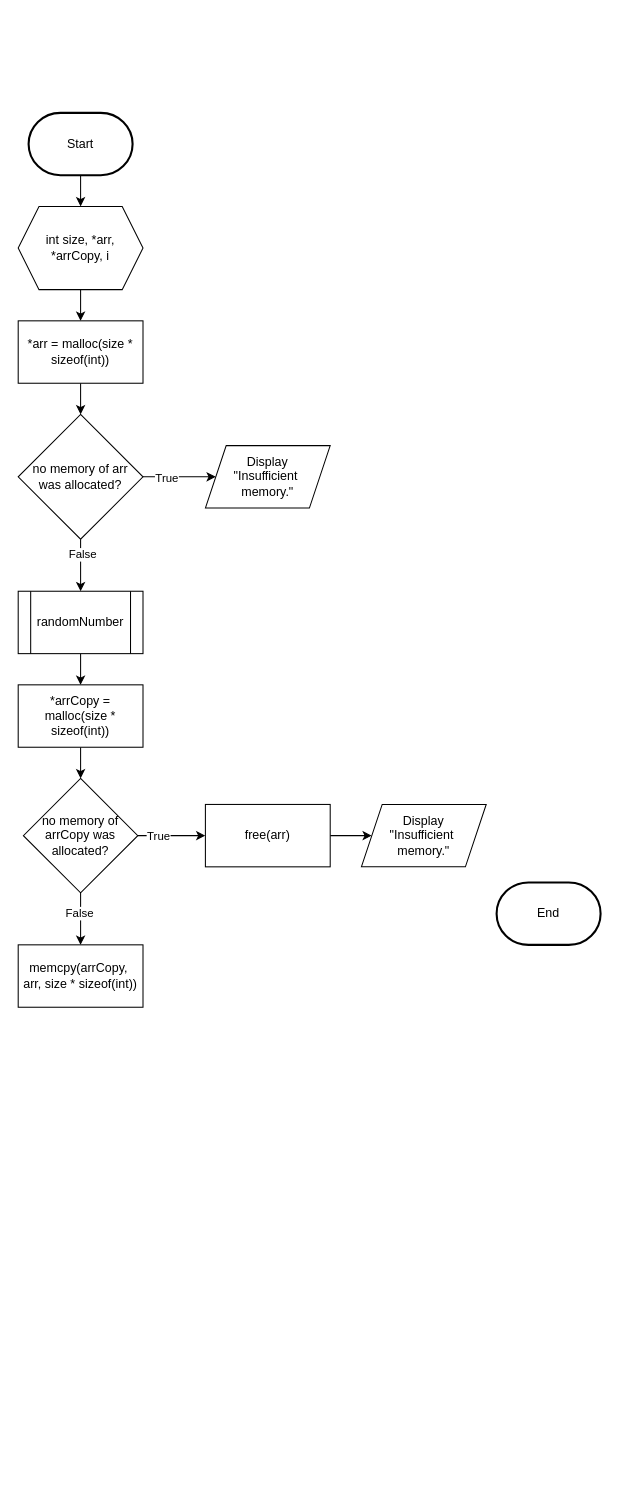
This is page "timeSort" (8 of 9) of Flowchart Modul 3.drawio from elikawicaksana/BuildIT_BasisData, a draw.io file, before an edit. Source tidied: cells renumbered, new cells numbered last; positions are measured from the earlier drawing's top-left corner, leaving out a move shared by most shapes. Both pictures are drawn from the tidied source at 104%, with x=0, y=0 at pixel (18, 112).
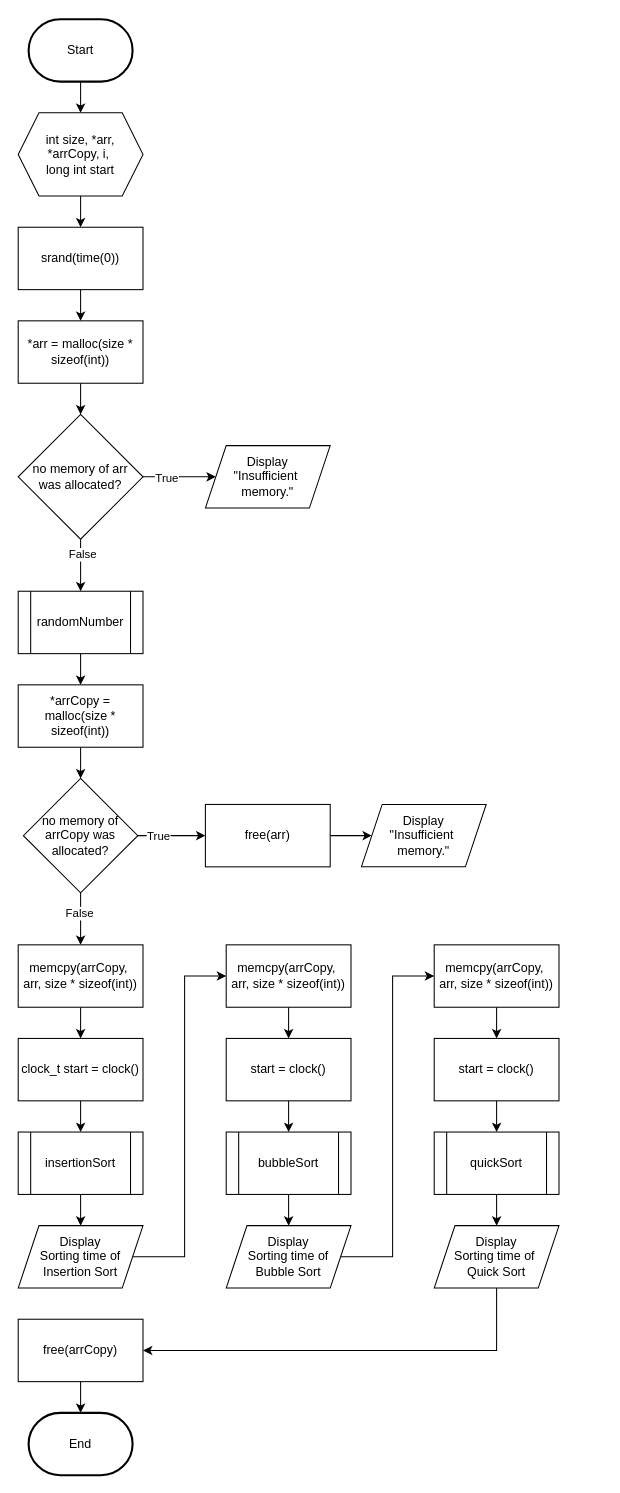
After the change.

The change refers to these unchanged cells:
```xml
<mxCell id="8" value="*arr = malloc(size * sizeof(int))" style="rounded=0;whiteSpace=wrap;html=1;" parent="1" vertex="1">
  <mxGeometry y="200" width="120" height="60" as="geometry" />
</mxCell>
<mxCell id="27" value="memcpy(arrCopy,&amp;nbsp;&lt;div&gt;arr, size * sizeof(int))&lt;/div&gt;" style="rounded=0;whiteSpace=wrap;html=1;" parent="1" vertex="1">
  <mxGeometry y="800" width="120" height="60" as="geometry" />
</mxCell>
```

Change to the diagram source:
```diff
@@
     <mxCell id="3" value="Start" style="strokeWidth=2;html=1;shape=mxgraph.flowchart.terminator;whiteSpace=wrap;" parent="1" vertex="1">
-      <mxGeometry x="10" width="100" height="60" as="geometry" />
+      <mxGeometry x="10" y="-90" width="100" height="60" as="geometry" />
     </mxCell>
     <mxCell id="4" value="End" style="strokeWidth=2;html=1;shape=mxgraph.flowchart.terminator;whiteSpace=wrap;" parent="1" vertex="1">
-      <mxGeometry x="460" y="740" width="100" height="60" as="geometry" />
+      <mxGeometry x="10" y="1250" width="100" height="60" as="geometry" />
     </mxCell>
-    <mxCell id="5" style="edgeStyle=orthogonalEdgeStyle;rounded=0;jettySize=auto;html=1;entryX=0.5;entryY=0;entryDx=0;entryDy=0;" parent="1" edge="1" source="6" target="8">
-      <mxGeometry relative="1" as="geometry" />
-    </mxCell>
+    <mxCell id="28" style="edgeStyle=orthogonalEdgeStyle;rounded=0;jettySize=auto;html=1;entryX=0.5;entryY=0;entryDx=0;entryDy=0;" parent="1" edge="1" source="6" target="31">
+      <mxGeometry relative="1" as="geometry" />
+    </mxCell>
-    <mxCell id="6" value="int size, *arr, *arrCopy, i" style="shape=hexagon;perimeter=hexagonPerimeter2;whiteSpace=wrap;html=1;fixedSize=1;" parent="1" vertex="1">
-      <mxGeometry y="90" width="120" height="80" as="geometry" />
+    <mxCell id="6" value="int size, *arr, *arrCopy, i,&amp;nbsp;&lt;div&gt;long int start&lt;/div&gt;" style="shape=hexagon;perimeter=hexagonPerimeter2;whiteSpace=wrap;html=1;fixedSize=1;" parent="1" vertex="1">
+      <mxGeometry width="120" height="80" as="geometry" />
     </mxCell>
@@
+    <mxCell id="29" style="edgeStyle=orthogonalEdgeStyle;rounded=0;jettySize=auto;html=1;entryX=0.5;entryY=0;entryDx=0;entryDy=0;" parent="1" edge="1" source="27" target="33">
+      <mxGeometry relative="1" as="geometry" />
+    </mxCell>
@@
+    <mxCell id="30" style="edgeStyle=orthogonalEdgeStyle;rounded=0;jettySize=auto;html=1;entryX=0.5;entryY=0;entryDx=0;entryDy=0;" parent="1" edge="1" source="31" target="8">
+      <mxGeometry relative="1" as="geometry" />
+    </mxCell>
+    <mxCell id="31" value="srand(time(0))" style="rounded=0;whiteSpace=wrap;html=1;" parent="1" vertex="1">
+      <mxGeometry y="110" width="120" height="60" as="geometry" />
+    </mxCell>
+    <mxCell id="32" style="edgeStyle=orthogonalEdgeStyle;rounded=0;jettySize=auto;html=1;entryX=0.5;entryY=0;entryDx=0;entryDy=0;" parent="1" edge="1" source="33" target="53">
+      <mxGeometry relative="1" as="geometry" />
+    </mxCell>
+    <mxCell id="33" value="clock_t&amp;nbsp;start = clock()" style="rounded=0;whiteSpace=wrap;html=1;" parent="1" vertex="1">
+      <mxGeometry y="890" width="120" height="60" as="geometry" />
+    </mxCell>
+    <mxCell id="34" style="edgeStyle=orthogonalEdgeStyle;rounded=0;jettySize=auto;html=1;entryX=0.5;entryY=0;entryDx=0;entryDy=0;exitX=0.5;exitY=1;exitDx=0;exitDy=0;" parent="1" edge="1" source="53" target="36">
+      <mxGeometry relative="1" as="geometry" />
+    </mxCell>
+    <mxCell id="35" style="edgeStyle=orthogonalEdgeStyle;rounded=0;jettySize=auto;html=1;entryX=0;entryY=0.5;entryDx=0;entryDy=0;" parent="1" edge="1" source="36" target="38">
+      <mxGeometry relative="1" as="geometry" />
+    </mxCell>
+    <mxCell id="36" value="Display&lt;div&gt;Sorting time of Insertion Sort&lt;/div&gt;" style="shape=parallelogram;perimeter=parallelogramPerimeter;whiteSpace=wrap;html=1;fixedSize=1;" parent="1" vertex="1">
+      <mxGeometry y="1070" width="120" height="60" as="geometry" />
+    </mxCell>
+    <mxCell id="37" style="edgeStyle=orthogonalEdgeStyle;rounded=0;jettySize=auto;html=1;entryX=0.5;entryY=0;entryDx=0;entryDy=0;" parent="1" edge="1" source="38" target="40">
+      <mxGeometry relative="1" as="geometry" />
+    </mxCell>
+    <mxCell id="38" value="memcpy(arrCopy,&amp;nbsp;&lt;div&gt;arr, size * sizeof(int))&lt;/div&gt;" style="rounded=0;whiteSpace=wrap;html=1;" parent="1" vertex="1">
+      <mxGeometry x="200" y="800" width="120" height="60" as="geometry" />
+    </mxCell>
+    <mxCell id="39" style="edgeStyle=orthogonalEdgeStyle;rounded=0;jettySize=auto;html=1;entryX=0.5;entryY=0;entryDx=0;entryDy=0;" parent="1" edge="1" source="40" target="54">
+      <mxGeometry relative="1" as="geometry" />
+    </mxCell>
+    <mxCell id="40" value="start = clock()" style="rounded=0;whiteSpace=wrap;html=1;" parent="1" vertex="1">
+      <mxGeometry x="200" y="890" width="120" height="60" as="geometry" />
+    </mxCell>
+    <mxCell id="41" style="edgeStyle=orthogonalEdgeStyle;rounded=0;jettySize=auto;html=1;entryX=0.5;entryY=0;entryDx=0;entryDy=0;exitX=0.5;exitY=1;exitDx=0;exitDy=0;" parent="1" edge="1" source="54" target="43">
+      <mxGeometry relative="1" as="geometry" />
+    </mxCell>
+    <mxCell id="42" style="edgeStyle=orthogonalEdgeStyle;rounded=0;jettySize=auto;html=1;entryX=0;entryY=0.5;entryDx=0;entryDy=0;" parent="1" edge="1" source="43" target="45">
+      <mxGeometry relative="1" as="geometry" />
+    </mxCell>
+    <mxCell id="43" value="Display&lt;div&gt;Sorting time of Bubble Sort&lt;/div&gt;" style="shape=parallelogram;perimeter=parallelogramPerimeter;whiteSpace=wrap;html=1;fixedSize=1;" parent="1" vertex="1">
+      <mxGeometry x="200" y="1070" width="120" height="60" as="geometry" />
+    </mxCell>
+    <mxCell id="44" style="edgeStyle=orthogonalEdgeStyle;rounded=0;jettySize=auto;html=1;entryX=0.5;entryY=0;entryDx=0;entryDy=0;" parent="1" edge="1" source="45" target="47">
+      <mxGeometry relative="1" as="geometry" />
+    </mxCell>
+    <mxCell id="45" value="memcpy(arrCopy,&amp;nbsp;&lt;div&gt;arr, size * sizeof(int))&lt;/div&gt;" style="rounded=0;whiteSpace=wrap;html=1;" parent="1" vertex="1">
+      <mxGeometry x="400" y="800" width="120" height="60" as="geometry" />
+    </mxCell>
+    <mxCell id="46" style="edgeStyle=orthogonalEdgeStyle;rounded=0;jettySize=auto;html=1;entryX=0.5;entryY=0;entryDx=0;entryDy=0;" parent="1" edge="1" source="47" target="55">
+      <mxGeometry relative="1" as="geometry" />
+    </mxCell>
+    <mxCell id="47" value="start = clock()" style="rounded=0;whiteSpace=wrap;html=1;" parent="1" vertex="1">
+      <mxGeometry x="400" y="890" width="120" height="60" as="geometry" />
+    </mxCell>
+    <mxCell id="48" style="edgeStyle=orthogonalEdgeStyle;rounded=0;jettySize=auto;html=1;entryX=0.5;entryY=0;entryDx=0;entryDy=0;exitX=0.5;exitY=1;exitDx=0;exitDy=0;" parent="1" edge="1" source="55" target="50">
+      <mxGeometry relative="1" as="geometry" />
+    </mxCell>
+    <mxCell id="49" style="edgeStyle=orthogonalEdgeStyle;rounded=0;jettySize=auto;html=1;entryX=1;entryY=0.5;entryDx=0;entryDy=0;" parent="1" edge="1" source="50" target="51">
+      <mxGeometry relative="1" as="geometry">
+        <Array as="points">
+          <mxPoint x="460" y="1190" />
+        </Array>
+      </mxGeometry>
+    </mxCell>
+    <mxCell id="50" value="Display&lt;div&gt;Sorting time of&amp;nbsp;&lt;/div&gt;&lt;div&gt;Quick Sort&lt;/div&gt;" style="shape=parallelogram;perimeter=parallelogramPerimeter;whiteSpace=wrap;html=1;fixedSize=1;" parent="1" vertex="1">
+      <mxGeometry x="400" y="1070" width="120" height="60" as="geometry" />
+    </mxCell>
+    <mxCell id="51" value="free(arrCopy)" style="rounded=0;whiteSpace=wrap;html=1;" parent="1" vertex="1">
+      <mxGeometry y="1160" width="120" height="60" as="geometry" />
+    </mxCell>
+    <mxCell id="52" style="edgeStyle=orthogonalEdgeStyle;rounded=0;jettySize=auto;html=1;entryX=0.5;entryY=0;entryDx=0;entryDy=0;entryPerimeter=0;" parent="1" edge="1" source="51" target="4">
+      <mxGeometry relative="1" as="geometry" />
+    </mxCell>
+    <mxCell id="53" value="insertionSort" style="shape=process;whiteSpace=wrap;html=1;backgroundOutline=1;" parent="1" vertex="1">
+      <mxGeometry y="980" width="120" height="60" as="geometry" />
+    </mxCell>
+    <mxCell id="54" value="bubbleSort" style="shape=process;whiteSpace=wrap;html=1;backgroundOutline=1;" parent="1" vertex="1">
+      <mxGeometry x="200" y="980" width="120" height="60" as="geometry" />
+    </mxCell>
+    <mxCell id="55" value="quickSort" style="shape=process;whiteSpace=wrap;html=1;backgroundOutline=1;" parent="1" vertex="1">
+      <mxGeometry x="400" y="980" width="120" height="60" as="geometry" />
+    </mxCell>
```
